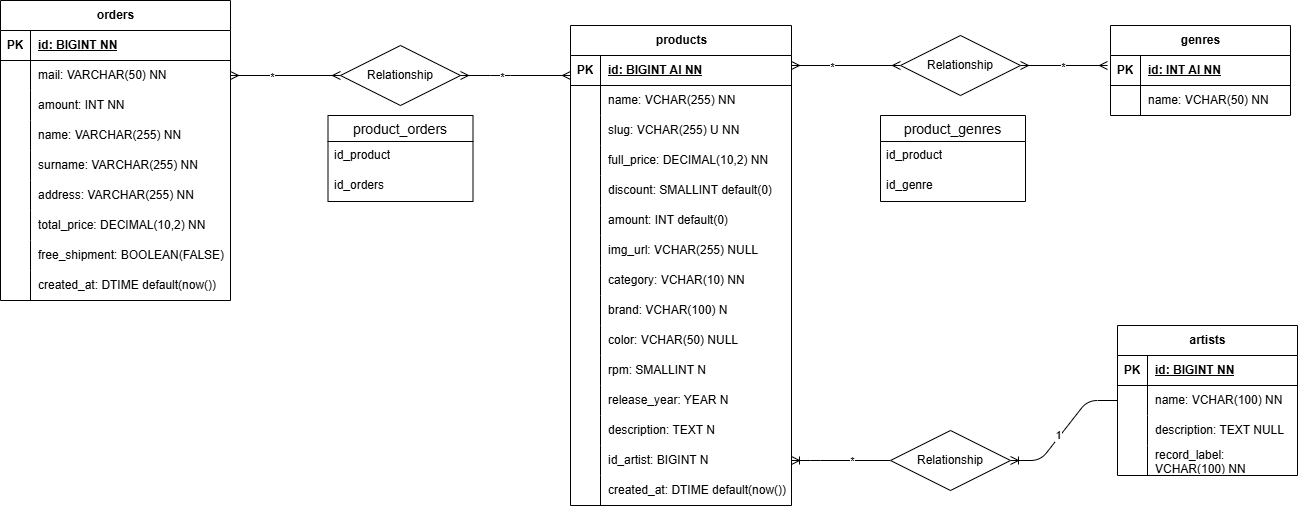
Above: diagram.png in LucaStellato/projectwork (draw.io), before the change. Source tidied: cells renumbered, new cells last; positions are measured from the earlier drawing's top-left corner, leaving out a move shared by most shapes.
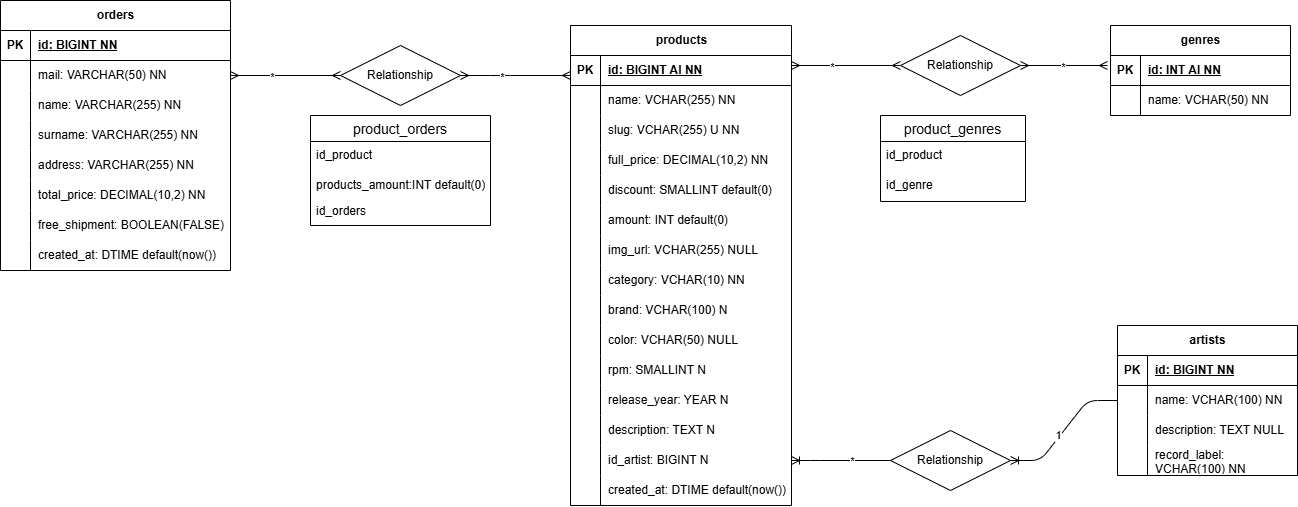
Above is the later version.

Change to the diagram source:
```diff
@@ -162,7 +162,7 @@
       <mxGeometry x="30" width="150" height="30" as="geometry" />
     </mxCell>
     <mxCell id="55" value="orders" style="shape=table;startSize=30;rowLines=0;fontStyle=1;align=center;html=1;" parent="1" vertex="1">
-      <mxGeometry width="230" height="300" as="geometry" />
+      <mxGeometry width="230" height="270" as="geometry" />
     </mxCell>
     <mxCell id="56" style="shape=tableRow;horizontal=0;startSize=0;swimlaneHead=0;swimlaneBody=0;fillColor=none;top=0;left=0;right=0;bottom=1;" parent="55" vertex="1">
       <mxGeometry y="30" width="230" height="30" as="geometry" />
@@ -182,17 +182,8 @@
     <mxCell id="61" value="mail: VARCHAR(50) NN" style="shape=partialRectangle;fillColor=none;top=0;left=0;bottom=0;right=0;align=left;spacingLeft=6;overflow=hidden;whiteSpace=wrap;html=1;" parent="59" vertex="1">
       <mxGeometry x="30" width="200" height="30" as="geometry" />
     </mxCell>
-    <mxCell id="62" style="shape=tableRow;horizontal=0;startSize=0;swimlaneHead=0;swimlaneBody=0;fillColor=none;top=0;left=0;right=0;bottom=0;" parent="55" vertex="1">
-      <mxGeometry y="90" width="230" height="30" as="geometry" />
-    </mxCell>
-    <mxCell id="63" style="shape=partialRectangle;fillColor=none;top=0;left=0;bottom=0;right=0;overflow=hidden;whiteSpace=wrap;html=1;" parent="62" vertex="1">
-      <mxGeometry width="30" height="30" as="geometry" />
-    </mxCell>
-    <mxCell id="64" value="amount: INT NN" style="shape=partialRectangle;fillColor=none;top=0;left=0;bottom=0;right=0;align=left;spacingLeft=6;overflow=hidden;whiteSpace=wrap;html=1;" parent="62" vertex="1">
-      <mxGeometry x="30" width="200" height="30" as="geometry" />
-    </mxCell>
     <mxCell id="65" style="shape=tableRow;horizontal=0;startSize=0;swimlaneHead=0;swimlaneBody=0;fillColor=none;top=0;left=0;right=0;bottom=0;" parent="55" vertex="1">
-      <mxGeometry y="120" width="230" height="30" as="geometry" />
+      <mxGeometry y="90" width="230" height="30" as="geometry" />
     </mxCell>
     <mxCell id="66" style="shape=partialRectangle;fillColor=none;top=0;left=0;bottom=0;right=0;overflow=hidden;whiteSpace=wrap;html=1;" parent="65" vertex="1">
       <mxGeometry width="30" height="30" as="geometry" />
@@ -201,7 +192,7 @@
       <mxGeometry x="30" width="200" height="30" as="geometry" />
     </mxCell>
     <mxCell id="68" style="shape=tableRow;horizontal=0;startSize=0;swimlaneHead=0;swimlaneBody=0;fillColor=none;top=0;left=0;right=0;bottom=0;" parent="55" vertex="1">
-      <mxGeometry y="150" width="230" height="30" as="geometry" />
+      <mxGeometry y="120" width="230" height="30" as="geometry" />
     </mxCell>
     <mxCell id="69" style="shape=partialRectangle;fillColor=none;top=0;left=0;bottom=0;right=0;overflow=hidden;whiteSpace=wrap;html=1;" parent="68" vertex="1">
       <mxGeometry width="30" height="30" as="geometry" />
@@ -210,7 +201,7 @@
       <mxGeometry x="30" width="200" height="30" as="geometry" />
     </mxCell>
     <mxCell id="71" style="shape=tableRow;horizontal=0;startSize=0;swimlaneHead=0;swimlaneBody=0;fillColor=none;top=0;left=0;right=0;bottom=0;" parent="55" vertex="1">
-      <mxGeometry y="180" width="230" height="30" as="geometry" />
+      <mxGeometry y="150" width="230" height="30" as="geometry" />
     </mxCell>
     <mxCell id="72" style="shape=partialRectangle;fillColor=none;top=0;left=0;bottom=0;right=0;overflow=hidden;whiteSpace=wrap;html=1;" parent="71" vertex="1">
       <mxGeometry width="30" height="30" as="geometry" />
@@ -219,7 +210,7 @@
       <mxGeometry x="30" width="200" height="30" as="geometry" />
     </mxCell>
     <mxCell id="74" style="shape=tableRow;horizontal=0;startSize=0;swimlaneHead=0;swimlaneBody=0;fillColor=none;top=0;left=0;right=0;bottom=0;" parent="55" vertex="1">
-      <mxGeometry y="210" width="230" height="30" as="geometry" />
+      <mxGeometry y="180" width="230" height="30" as="geometry" />
     </mxCell>
     <mxCell id="75" style="shape=partialRectangle;fillColor=none;top=0;left=0;bottom=0;right=0;overflow=hidden;whiteSpace=wrap;html=1;" parent="74" vertex="1">
       <mxGeometry width="30" height="30" as="geometry" />
@@ -228,7 +219,7 @@
       <mxGeometry x="30" width="200" height="30" as="geometry" />
     </mxCell>
     <mxCell id="77" style="shape=tableRow;horizontal=0;startSize=0;swimlaneHead=0;swimlaneBody=0;fillColor=none;top=0;left=0;right=0;bottom=0;" parent="55" vertex="1">
-      <mxGeometry y="240" width="230" height="30" as="geometry" />
+      <mxGeometry y="210" width="230" height="30" as="geometry" />
     </mxCell>
     <mxCell id="78" style="shape=partialRectangle;fillColor=none;top=0;left=0;bottom=0;right=0;overflow=hidden;whiteSpace=wrap;html=1;" parent="77" vertex="1">
       <mxGeometry width="30" height="30" as="geometry" />
@@ -237,7 +228,7 @@
       <mxGeometry x="30" width="200" height="30" as="geometry" />
     </mxCell>
     <mxCell id="80" style="shape=tableRow;horizontal=0;startSize=0;swimlaneHead=0;swimlaneBody=0;fillColor=none;top=0;left=0;right=0;bottom=0;" parent="55" vertex="1">
-      <mxGeometry y="270" width="230" height="30" as="geometry" />
+      <mxGeometry y="240" width="230" height="30" as="geometry" />
     </mxCell>
     <mxCell id="81" style="shape=partialRectangle;fillColor=none;top=0;left=0;bottom=0;right=0;overflow=hidden;whiteSpace=wrap;html=1;" parent="80" vertex="1">
       <mxGeometry width="30" height="30" as="geometry" />
@@ -352,13 +343,16 @@
       <mxGeometry x="0.26" y="1" relative="1" as="geometry" />
     </mxCell>
     <mxCell id="114" value="product_orders" style="swimlane;fontStyle=0;horizontal=1;startSize=26;align=center;fontSize=14;" parent="1" vertex="1">
-      <mxGeometry x="327.5" y="115" width="145" height="86" as="geometry" />
+      <mxGeometry x="310" y="115" width="180" height="110" as="geometry" />
     </mxCell>
     <mxCell id="115" value="id_product" style="text;strokeColor=none;fillColor=none;spacingLeft=4;spacingRight=4;overflow=hidden;fontSize=12;whiteSpace=wrap;html=1;" parent="114" vertex="1">
-      <mxGeometry y="26" width="145" height="30" as="geometry" />
+      <mxGeometry y="26" width="180" height="30" as="geometry" />
     </mxCell>
+    <mxCell id="117" value="products_amount:INT default(0)" style="text;strokeColor=none;fillColor=none;spacingLeft=4;spacingRight=4;overflow=hidden;fontSize=12;whiteSpace=wrap;html=1;" parent="114" vertex="1">
+      <mxGeometry y="56" width="180" height="26" as="geometry" />
+    </mxCell>
     <mxCell id="116" value="id_orders" style="text;strokeColor=none;fillColor=none;spacingLeft=4;spacingRight=4;overflow=hidden;fontSize=12;whiteSpace=wrap;html=1;" parent="114" vertex="1">
-      <mxGeometry y="56" width="145" height="30" as="geometry" />
+      <mxGeometry y="82" width="180" height="28" as="geometry" />
     </mxCell>
   </root>
 </mxGraphModel>
```
